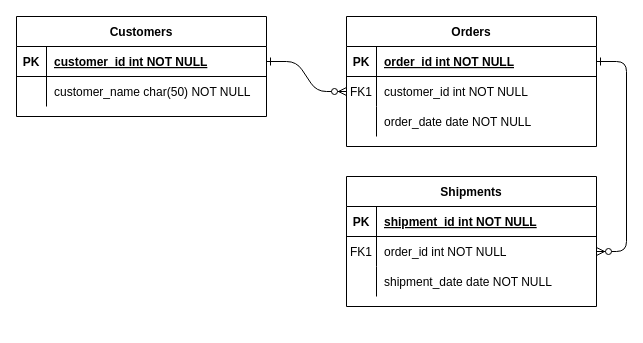
LorenzoGG/aulateste keeps this draw.io diagram as Diagramaclassesfinal.drawio. Above is the earlier version. Source tidied: cells renumbered, new cells numbered last; positions are measured from the earlier drawing's top-left corner, leaving out a move shared by most shapes. Both pictures are drawn from the tidied source at 100%, with x=0, y=0 at pixel (16, 16).
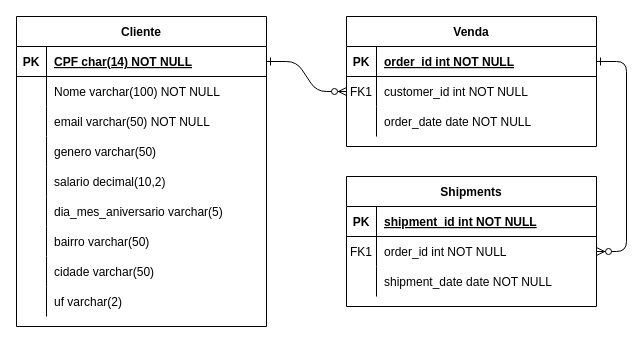
Above is the later version.

Unchanged cells that the change refers to:
```xml
<mxCell id="25" style="shape=partialRectangle;fillColor=none;points=[[0,0.5],[1,0.5]];portConstraint=eastwest;top=0;left=0;right=0;bottom=1;" parent="24" vertex="1">
  <mxGeometry y="30" width="250" height="30" as="geometry" />
</mxCell>
<mxCell id="28" style="shape=partialRectangle;fillColor=none;top=0;left=0;right=0;bottom=0;" parent="24" vertex="1">
  <mxGeometry y="60" width="250" height="30" as="geometry" />
</mxCell>
```

What changed in the source:
```diff
@@
-    <mxCell id="4" value="Orders" style="shape=table;startSize=30;childLayout=tableLayout;rowLines=0;fontStyle=1;align=center;" parent="1" vertex="1">
+    <mxCell id="4" value="Venda" style="shape=table;startSize=30;childLayout=tableLayout;rowLines=0;fontStyle=1;align=center;" parent="1" vertex="1">
       <mxGeometry x="330" width="250" height="130" as="geometry" />
     </mxCell>
@@
-    <mxCell id="24" value="Customers" style="shape=table;startSize=30;childLayout=tableLayout;rowLines=0;fontStyle=1;align=center;" parent="1" vertex="1">
-      <mxGeometry width="250" height="100" as="geometry" />
+    <mxCell id="24" value="Cliente" style="shape=table;startSize=30;childLayout=tableLayout;rowLines=0;fontStyle=1;align=center;" parent="1" vertex="1">
+      <mxGeometry width="250" height="310" as="geometry" />
     </mxCell>
@@
-    <mxCell id="27" value="customer_id int NOT NULL " style="shape=partialRectangle;overflow=hidden;fillColor=none;top=0;left=0;bottom=0;right=0;align=left;spacingLeft=6;fontStyle=5;" parent="25" vertex="1">
+    <mxCell id="27" value="CPF char(14) NOT NULL" style="shape=partialRectangle;overflow=hidden;fillColor=none;top=0;left=0;bottom=0;right=0;align=left;spacingLeft=6;fontStyle=5;" parent="25" vertex="1">
       <mxGeometry x="30" width="220" height="30" as="geometry" />
     </mxCell>
@@
-    <mxCell id="30" value="customer_name char(50) NOT NULL" style="shape=partialRectangle;overflow=hidden;fillColor=none;top=0;left=0;bottom=0;right=0;align=left;spacingLeft=6;" parent="28" vertex="1">
+    <mxCell id="30" value="Nome varchar(100) NOT NULL" style="shape=partialRectangle;overflow=hidden;fillColor=none;top=0;left=0;bottom=0;right=0;align=left;spacingLeft=6;" parent="28" vertex="1">
       <mxGeometry x="30" width="220" height="30" as="geometry" />
     </mxCell>
+    <mxCell id="31" style="shape=partialRectangle;fillColor=none;top=0;left=0;right=0;bottom=0;" parent="24" vertex="1">
+      <mxGeometry y="90" width="250" height="30" as="geometry" />
+    </mxCell>
+    <mxCell id="32" style="shape=partialRectangle;overflow=hidden;fillColor=none;top=0;left=0;bottom=0;right=0;" parent="31" vertex="1">
+      <mxGeometry width="30" height="30" as="geometry" />
+    </mxCell>
+    <mxCell id="33" value="email varchar(50) NOT NULL" style="shape=partialRectangle;overflow=hidden;fillColor=none;top=0;left=0;bottom=0;right=0;align=left;spacingLeft=6;" parent="31" vertex="1">
+      <mxGeometry x="30" width="220" height="30" as="geometry" />
+    </mxCell>
+    <mxCell id="34" style="shape=partialRectangle;fillColor=none;top=0;left=0;right=0;bottom=0;" parent="24" vertex="1">
+      <mxGeometry y="120" width="250" height="30" as="geometry" />
+    </mxCell>
+    <mxCell id="35" style="shape=partialRectangle;overflow=hidden;fillColor=none;top=0;left=0;bottom=0;right=0;" parent="34" vertex="1">
+      <mxGeometry width="30" height="30" as="geometry" />
+    </mxCell>
+    <mxCell id="36" value="genero varchar(50) " style="shape=partialRectangle;overflow=hidden;fillColor=none;top=0;left=0;bottom=0;right=0;align=left;spacingLeft=6;" parent="34" vertex="1">
+      <mxGeometry x="30" width="220" height="30" as="geometry" />
+    </mxCell>
+    <mxCell id="37" style="shape=partialRectangle;fillColor=none;top=0;left=0;right=0;bottom=0;" parent="24" vertex="1">
+      <mxGeometry y="150" width="250" height="30" as="geometry" />
+    </mxCell>
+    <mxCell id="38" style="shape=partialRectangle;overflow=hidden;fillColor=none;top=0;left=0;bottom=0;right=0;" parent="37" vertex="1">
+      <mxGeometry width="30" height="30" as="geometry" />
+    </mxCell>
+    <mxCell id="39" value="salario decimal(10,2)" style="shape=partialRectangle;overflow=hidden;fillColor=none;top=0;left=0;bottom=0;right=0;align=left;spacingLeft=6;" parent="37" vertex="1">
+      <mxGeometry x="30" width="220" height="30" as="geometry" />
+    </mxCell>
+    <mxCell id="40" style="shape=partialRectangle;fillColor=none;top=0;left=0;right=0;bottom=0;" parent="24" vertex="1">
+      <mxGeometry y="180" width="250" height="30" as="geometry" />
+    </mxCell>
+    <mxCell id="41" style="shape=partialRectangle;overflow=hidden;fillColor=none;top=0;left=0;bottom=0;right=0;" parent="40" vertex="1">
+      <mxGeometry width="30" height="30" as="geometry" />
+    </mxCell>
+    <mxCell id="42" value="dia_mes_aniversario varchar(5)" style="shape=partialRectangle;overflow=hidden;fillColor=none;top=0;left=0;bottom=0;right=0;align=left;spacingLeft=6;" parent="40" vertex="1">
+      <mxGeometry x="30" width="220" height="30" as="geometry" />
+    </mxCell>
+    <mxCell id="43" style="shape=partialRectangle;fillColor=none;top=0;left=0;right=0;bottom=0;" parent="24" vertex="1">
+      <mxGeometry y="210" width="250" height="30" as="geometry" />
+    </mxCell>
+    <mxCell id="44" style="shape=partialRectangle;overflow=hidden;fillColor=none;top=0;left=0;bottom=0;right=0;" parent="43" vertex="1">
+      <mxGeometry width="30" height="30" as="geometry" />
+    </mxCell>
+    <mxCell id="45" value="bairro varchar(50)" style="shape=partialRectangle;overflow=hidden;fillColor=none;top=0;left=0;bottom=0;right=0;align=left;spacingLeft=6;" parent="43" vertex="1">
+      <mxGeometry x="30" width="220" height="30" as="geometry" />
+    </mxCell>
+    <mxCell id="46" style="shape=partialRectangle;fillColor=none;top=0;left=0;right=0;bottom=0;" parent="24" vertex="1">
+      <mxGeometry y="240" width="250" height="30" as="geometry" />
+    </mxCell>
+    <mxCell id="47" style="shape=partialRectangle;overflow=hidden;fillColor=none;top=0;left=0;bottom=0;right=0;" parent="46" vertex="1">
+      <mxGeometry width="30" height="30" as="geometry" />
+    </mxCell>
+    <mxCell id="48" value="cidade varchar(50)" style="shape=partialRectangle;overflow=hidden;fillColor=none;top=0;left=0;bottom=0;right=0;align=left;spacingLeft=6;" parent="46" vertex="1">
+      <mxGeometry x="30" width="220" height="30" as="geometry" />
+    </mxCell>
+    <mxCell id="49" style="shape=partialRectangle;fillColor=none;top=0;left=0;right=0;bottom=0;" parent="24" vertex="1">
+      <mxGeometry y="270" width="250" height="30" as="geometry" />
+    </mxCell>
+    <mxCell id="50" style="shape=partialRectangle;overflow=hidden;fillColor=none;top=0;left=0;bottom=0;right=0;" parent="49" vertex="1">
+      <mxGeometry width="30" height="30" as="geometry" />
+    </mxCell>
+    <mxCell id="51" value="uf varchar(2)" style="shape=partialRectangle;overflow=hidden;fillColor=none;top=0;left=0;bottom=0;right=0;align=left;spacingLeft=6;" parent="49" vertex="1">
+      <mxGeometry x="30" width="220" height="30" as="geometry" />
+    </mxCell>
```
